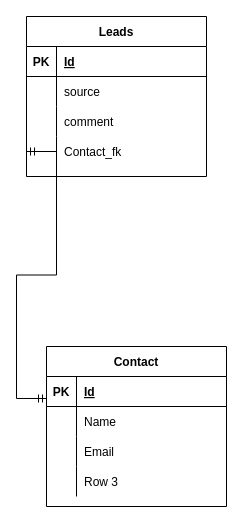
Before: Untitled Diagram.drawio in ransht/weather, a draw.io diagram. Source tidied: cells renumbered, new cells numbered last; positions are measured from the earlier drawing's top-left corner, leaving out a move shared by most shapes. Both pictures are drawn from the tidied source at 100%, with x=0, y=0 at pixel (26, 16).
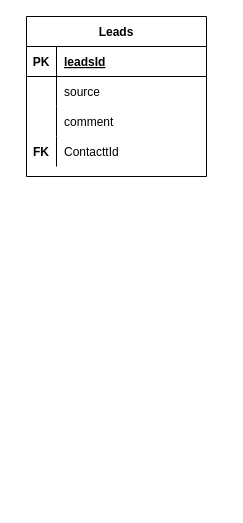
The same page after the edit.

Unchanged cells that the change refers to:
```xml
<mxCell id="16" style="shape=tableRow;horizontal=0;startSize=0;swimlaneHead=0;swimlaneBody=0;fillColor=none;top=0;left=0;right=0;bottom=1;" parent="15" vertex="1">
  <mxGeometry y="30" width="180" height="30" as="geometry" />
</mxCell>
<mxCell id="25" style="shape=tableRow;horizontal=0;startSize=0;swimlaneHead=0;swimlaneBody=0;fillColor=none;points=[[0,0.5],[1,0.5]];portConstraint=eastwest;top=0;left=0;right=0;bottom=0;" parent="15" vertex="1">
  <mxGeometry y="120" width="180" height="30" as="geometry" />
</mxCell>
```

Change to the diagram source:
```diff
@@
-    <mxCell id="2" value="Contact" style="shape=table;startSize=30;childLayout=tableLayout;rowLines=0;fontStyle=1;align=center;" parent="1" vertex="1">
-      <mxGeometry x="20" y="330" width="180" height="160" as="geometry" />
-    </mxCell>
-    <mxCell id="3" style="shape=tableRow;horizontal=0;startSize=0;swimlaneHead=0;swimlaneBody=0;fillColor=none;points=[[0,0.5],[1,0.5]];portConstraint=eastwest;top=0;left=0;right=0;bottom=1;" parent="2" vertex="1">
-      <mxGeometry y="30" width="180" height="30" as="geometry" />
-    </mxCell>
-    <mxCell id="4" value="PK" style="shape=partialRectangle;fillColor=none;top=0;left=0;bottom=0;right=0;fontStyle=1;overflow=hidden;" parent="3" vertex="1">
-      <mxGeometry width="30" height="30" as="geometry" />
-    </mxCell>
-    <mxCell id="5" value="Id" style="shape=partialRectangle;fillColor=none;top=0;left=0;bottom=0;right=0;align=left;spacingLeft=6;fontStyle=5;overflow=hidden;" parent="3" vertex="1">
-      <mxGeometry x="30" width="150" height="30" as="geometry" />
-    </mxCell>
-    <mxCell id="6" style="shape=tableRow;horizontal=0;startSize=0;swimlaneHead=0;swimlaneBody=0;fillColor=none;top=0;left=0;right=0;bottom=0;" parent="2" vertex="1">
-      <mxGeometry y="60" width="180" height="30" as="geometry" />
-    </mxCell>
-    <mxCell id="7" style="shape=partialRectangle;fillColor=none;top=0;left=0;bottom=0;right=0;overflow=hidden;" parent="6" vertex="1">
-      <mxGeometry width="30" height="30" as="geometry" />
-    </mxCell>
-    <mxCell id="8" value="Name" style="shape=partialRectangle;fillColor=none;top=0;left=0;bottom=0;right=0;align=left;spacingLeft=6;overflow=hidden;" parent="6" vertex="1">
-      <mxGeometry x="30" width="150" height="30" as="geometry" />
-    </mxCell>
-    <mxCell id="9" style="shape=tableRow;horizontal=0;startSize=0;swimlaneHead=0;swimlaneBody=0;fillColor=none;top=0;left=0;right=0;bottom=0;" parent="2" vertex="1">
-      <mxGeometry y="90" width="180" height="30" as="geometry" />
-    </mxCell>
-    <mxCell id="10" style="shape=partialRectangle;fillColor=none;top=0;left=0;bottom=0;right=0;overflow=hidden;" parent="9" vertex="1">
-      <mxGeometry width="30" height="30" as="geometry" />
-    </mxCell>
-    <mxCell id="11" value="Email" style="shape=partialRectangle;fillColor=none;top=0;left=0;bottom=0;right=0;align=left;spacingLeft=6;overflow=hidden;" parent="9" vertex="1">
-      <mxGeometry x="30" width="150" height="30" as="geometry" />
-    </mxCell>
-    <mxCell id="12" style="shape=tableRow;horizontal=0;startSize=0;swimlaneHead=0;swimlaneBody=0;fillColor=none;top=0;left=0;right=0;bottom=0;" parent="2" vertex="1">
-      <mxGeometry y="120" width="180" height="30" as="geometry" />
-    </mxCell>
-    <mxCell id="13" style="shape=partialRectangle;fillColor=none;top=0;left=0;bottom=0;right=0;overflow=hidden;" parent="12" vertex="1">
-      <mxGeometry width="30" height="30" as="geometry" />
-    </mxCell>
-    <mxCell id="14" value="Row 3" style="shape=partialRectangle;fillColor=none;top=0;left=0;bottom=0;right=0;align=left;spacingLeft=6;overflow=hidden;" parent="12" vertex="1">
-      <mxGeometry x="30" width="150" height="30" as="geometry" />
-    </mxCell>
@@
-    <mxCell id="18" value="Id" style="shape=partialRectangle;fillColor=none;top=0;left=0;bottom=0;right=0;align=left;spacingLeft=6;fontStyle=5;overflow=hidden;" parent="16" vertex="1">
+    <mxCell id="18" value="leadsId" style="shape=partialRectangle;fillColor=none;top=0;left=0;bottom=0;right=0;align=left;spacingLeft=6;fontStyle=5;overflow=hidden;" parent="16" vertex="1">
       <mxGeometry x="30" width="150" height="30" as="geometry" />
     </mxCell>
@@
-    <mxCell id="27" value="Contact_fk" style="shape=partialRectangle;fillColor=none;top=0;left=0;bottom=0;right=0;align=left;spacingLeft=6;overflow=hidden;" parent="25" vertex="1">
+    <mxCell id="27" value="ContacttId" style="shape=partialRectangle;fillColor=none;top=0;left=0;bottom=0;right=0;align=left;spacingLeft=6;overflow=hidden;" parent="25" vertex="1">
       <mxGeometry x="30" width="150" height="30" as="geometry" />
     </mxCell>
-    <mxCell id="28" style="edgeStyle=entityRelationEdgeStyle;fontSize=12;html=1;endArrow=ERmandOne;startArrow=ERmandOne;rounded=0;entryX=0;entryY=0.5;entryDx=0;entryDy=0;exitX=0;exitY=0.733;exitDx=0;exitDy=0;exitPerimeter=0;" parent="1" edge="1" source="3" target="25">
-      <mxGeometry relative="1" as="geometry" />
-    </mxCell>
+    <mxCell id="29" value="FK" style="shape=partialRectangle;fillColor=none;top=0;left=0;bottom=0;right=0;fontStyle=1;overflow=hidden;" parent="1" vertex="1">
+      <mxGeometry y="120" width="30" height="30" as="geometry" />
+    </mxCell>
```
